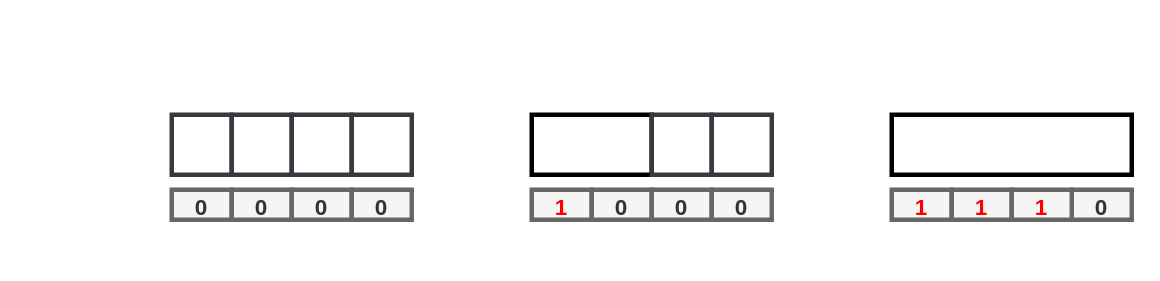
This is page "第 6 页" (6 of 6) of TransformerSketch.drawio from sql0316/hello-world, a draw.io file, before an edit. Source tidied: cells renumbered, new cells numbered last; positions are measured from the earlier drawing's top-left corner, leaving out a move shared by most shapes. Both pictures are drawn from the tidied source at 150%, with x=0, y=0 at pixel (171, 24).
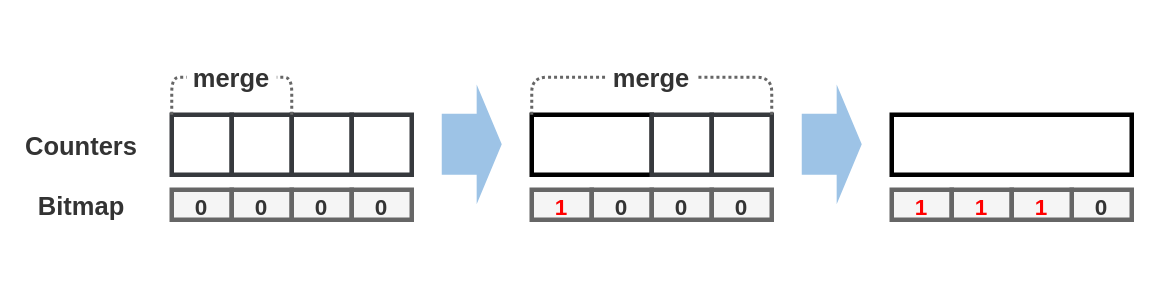
The same diagram, later.

Unchanged cells that the change refers to:
```xml
<mxCell id="2" value="&lt;b style=&quot;&quot;&gt;&lt;font style=&quot;&quot;&gt;&lt;br&gt;&lt;/font&gt;&lt;/b&gt;" style="rounded=0;whiteSpace=wrap;html=1;fontFamily=Helvetica;strokeWidth=3;fontSize=22;fillStyle=auto;gradientDirection=south;shadow=0;sketch=0;glass=0;rotation=-90;fillColor=none;strokeColor=#36393d;" parent="1" vertex="1">
  <mxGeometry y="60" width="40" height="40" as="geometry" />
</mxCell>
<mxCell id="3" value="&lt;b style=&quot;&quot;&gt;&lt;font style=&quot;&quot;&gt;&lt;br&gt;&lt;/font&gt;&lt;/b&gt;" style="rounded=0;whiteSpace=wrap;html=1;fontFamily=Helvetica;strokeWidth=3;fontSize=22;fillStyle=auto;gradientDirection=south;shadow=0;sketch=0;glass=0;rotation=-90;fillColor=none;strokeColor=#36393d;" parent="1" vertex="1">
  <mxGeometry x="40" y="60" width="40" height="40" as="geometry" />
</mxCell>
<mxCell id="10" value="&lt;b style=&quot;&quot;&gt;&lt;font style=&quot;&quot;&gt;&lt;br&gt;&lt;/font&gt;&lt;/b&gt;" style="rounded=0;whiteSpace=wrap;html=1;fontFamily=Helvetica;strokeWidth=3;fontSize=22;fillStyle=auto;gradientDirection=south;shadow=0;sketch=0;glass=0;rotation=-90;fillColor=none;strokeColor=#000000;" parent="1" vertex="1">
  <mxGeometry x="260" y="40" width="40" height="80" as="geometry" />
</mxCell>
<mxCell id="12" value="&lt;b style=&quot;&quot;&gt;&lt;font style=&quot;&quot;&gt;&lt;br&gt;&lt;/font&gt;&lt;/b&gt;" style="rounded=0;whiteSpace=wrap;html=1;fontFamily=Helvetica;strokeWidth=3;fontSize=22;fillStyle=auto;gradientDirection=south;shadow=0;sketch=0;glass=0;rotation=-90;fillColor=none;strokeColor=#36393d;" parent="1" vertex="1">
  <mxGeometry x="360" y="60" width="40" height="40" as="geometry" />
</mxCell>
```

What changed in the source:
```diff
@@
+    <mxCell id="22" style="rounded=1;orthogonalLoop=1;jettySize=auto;html=1;fontFamily=Helvetica;endArrow=block;endFill=1;strokeWidth=0;strokeColor=none;fillColor=#9dc3e6;shape=flexArrow;startSize=4;endSize=5.572413793103449;width=40.689655172413794;endWidth=39.21904761904762;" parent="1" edge="1">
+      <mxGeometry relative="1" as="geometry">
+        <mxPoint x="180" y="79.7" as="sourcePoint" />
+        <mxPoint x="220" y="79.7" as="targetPoint" />
+      </mxGeometry>
+    </mxCell>
+    <mxCell id="23" style="rounded=1;orthogonalLoop=1;jettySize=auto;html=1;fontFamily=Helvetica;endArrow=block;endFill=1;strokeWidth=0;strokeColor=none;fillColor=#9dc3e6;shape=flexArrow;startSize=4;endSize=5.572413793103449;width=40.689655172413794;endWidth=39.21904761904762;" parent="1" edge="1">
+      <mxGeometry relative="1" as="geometry">
+        <mxPoint x="420" y="79.7" as="sourcePoint" />
+        <mxPoint x="460" y="79.7" as="targetPoint" />
+      </mxGeometry>
+    </mxCell>
+    <mxCell id="24" value="&lt;p style=&quot;line-height: 100%;&quot;&gt;&lt;font style=&quot;&quot;&gt;&lt;font style=&quot;font-size: 17px;&quot;&gt;&lt;b&gt;merge&lt;/b&gt;&lt;/font&gt;&lt;br style=&quot;font-size: 22px;&quot;&gt;&lt;/font&gt;&lt;/p&gt;" style="rounded=1;whiteSpace=wrap;html=1;fillColor=none;fontFamily=Helvetica;strokeWidth=2;fontSize=22;strokeColor=none;fillStyle=zigzag-line;fontColor=#333333;" parent="1" vertex="1">
+      <mxGeometry x="10" y="20" width="60" height="30" as="geometry" />
+    </mxCell>
+    <mxCell id="25" style="edgeStyle=orthogonalEdgeStyle;rounded=1;jettySize=auto;html=1;endArrow=none;endFill=0;exitX=1;exitY=0;exitDx=0;exitDy=0;strokeWidth=2;strokeColor=#666666;entryX=0;entryY=0.5;entryDx=0;entryDy=0;dashed=1;dashPattern=1 1;" parent="1" edge="1" source="2" target="24">
+      <mxGeometry relative="1" as="geometry">
+        <Array as="points">
+          <mxPoint y="35" />
+        </Array>
+      </mxGeometry>
+    </mxCell>
+    <mxCell id="26" style="edgeStyle=orthogonalEdgeStyle;rounded=1;jettySize=auto;html=1;endArrow=none;endFill=0;exitX=1;exitY=1;exitDx=0;exitDy=0;strokeWidth=2;strokeColor=#666666;entryX=1;entryY=0.5;entryDx=0;entryDy=0;dashed=1;dashPattern=1 1;" parent="1" edge="1" source="3" target="24">
+      <mxGeometry relative="1" as="geometry">
+        <Array as="points">
+          <mxPoint x="80" y="35" />
+        </Array>
+      </mxGeometry>
+    </mxCell>
+    <mxCell id="27" value="&lt;p style=&quot;line-height: 100%;&quot;&gt;&lt;font style=&quot;&quot;&gt;&lt;font style=&quot;font-size: 17px;&quot;&gt;&lt;b&gt;merge&lt;/b&gt;&lt;/font&gt;&lt;br style=&quot;font-size: 22px;&quot;&gt;&lt;/font&gt;&lt;/p&gt;" style="rounded=1;whiteSpace=wrap;html=1;fillColor=none;fontFamily=Helvetica;strokeWidth=2;fontSize=22;strokeColor=none;fillStyle=zigzag-line;fontColor=#333333;" parent="1" vertex="1">
+      <mxGeometry x="290" y="20" width="60" height="30" as="geometry" />
+    </mxCell>
+    <mxCell id="28" style="edgeStyle=orthogonalEdgeStyle;rounded=1;jettySize=auto;html=1;endArrow=none;endFill=0;exitX=1;exitY=0;exitDx=0;exitDy=0;strokeWidth=2;strokeColor=#666666;entryX=0;entryY=0.5;entryDx=0;entryDy=0;dashed=1;dashPattern=1 1;" parent="1" edge="1" source="10" target="27">
+      <mxGeometry relative="1" as="geometry">
+        <Array as="points">
+          <mxPoint x="240" y="35" />
+        </Array>
+      </mxGeometry>
+    </mxCell>
+    <mxCell id="29" style="edgeStyle=orthogonalEdgeStyle;rounded=1;jettySize=auto;html=1;endArrow=none;endFill=0;exitX=1;exitY=1;exitDx=0;exitDy=0;strokeWidth=2;strokeColor=#666666;entryX=1;entryY=0.5;entryDx=0;entryDy=0;dashed=1;dashPattern=1 1;" parent="1" edge="1" source="12" target="27">
+      <mxGeometry relative="1" as="geometry">
+        <Array as="points">
+          <mxPoint x="400" y="35" />
+        </Array>
+      </mxGeometry>
+    </mxCell>
+    <mxCell id="30" value="&lt;p style=&quot;line-height: 100%;&quot;&gt;&lt;font style=&quot;&quot;&gt;&lt;font style=&quot;font-size: 17px;&quot;&gt;&lt;b&gt;Counters&lt;/b&gt;&lt;/font&gt;&lt;br style=&quot;font-size: 22px;&quot;&gt;&lt;/font&gt;&lt;/p&gt;" style="rounded=1;whiteSpace=wrap;html=1;fillColor=none;fontFamily=Helvetica;strokeWidth=2;fontSize=22;strokeColor=none;fillStyle=zigzag-line;fontColor=#333333;" parent="1" vertex="1">
+      <mxGeometry x="-90" y="65" width="60" height="30" as="geometry" />
+    </mxCell>
+    <mxCell id="31" value="&lt;p style=&quot;line-height: 100%;&quot;&gt;&lt;font style=&quot;&quot;&gt;&lt;font style=&quot;font-size: 17px;&quot;&gt;&lt;b&gt;Bitmap&lt;/b&gt;&lt;/font&gt;&lt;br style=&quot;font-size: 22px;&quot;&gt;&lt;/font&gt;&lt;/p&gt;" style="rounded=1;whiteSpace=wrap;html=1;fillColor=none;fontFamily=Helvetica;strokeWidth=2;fontSize=22;strokeColor=none;fillStyle=zigzag-line;fontColor=#333333;" parent="1" vertex="1">
+      <mxGeometry x="-90" y="105" width="60" height="30" as="geometry" />
+    </mxCell>
```
